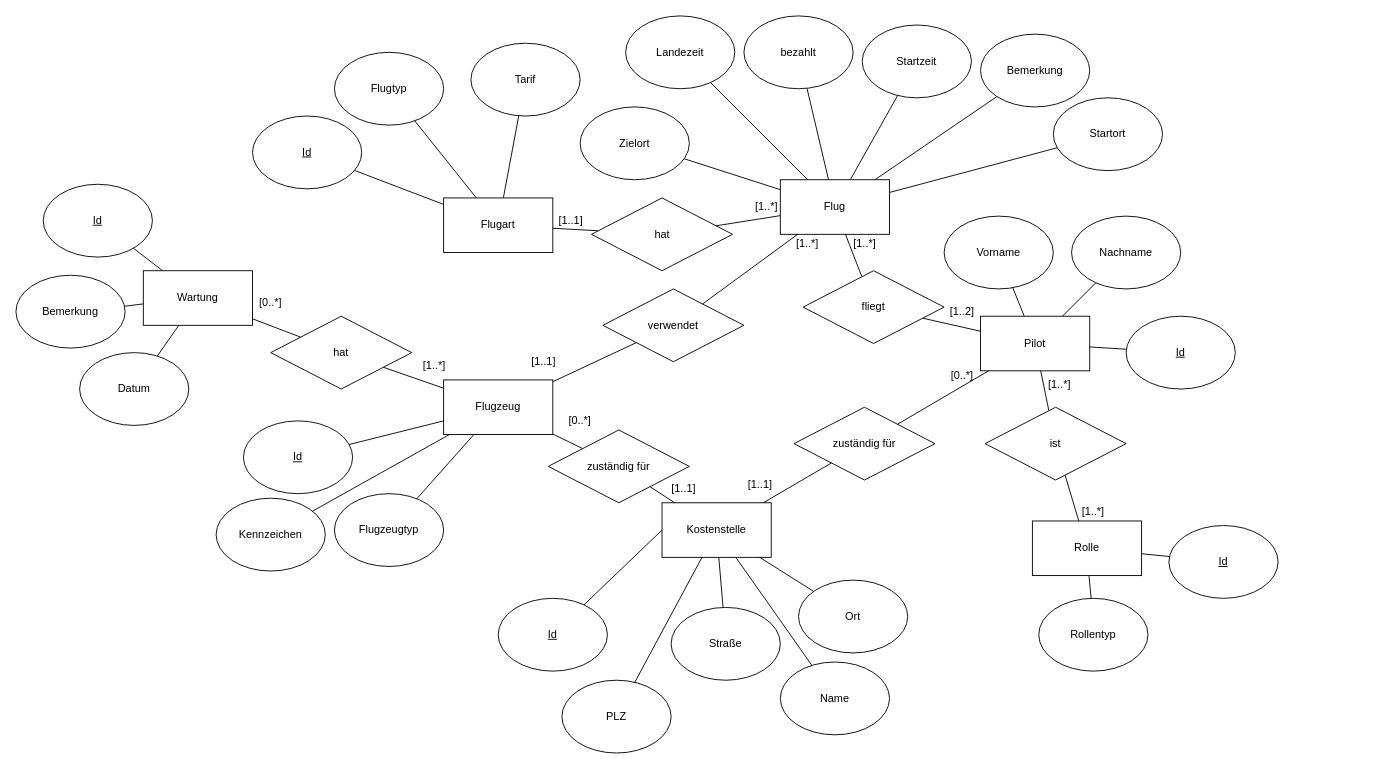
Earlier version of the draw.io diagram Drawio/ER_Model_Flugplatz.drawio (HalbmayrJulian/Digitales-Flugplatzmanagement). Source tidied: cells renumbered, new cells numbered last; positions are measured from the earlier drawing's top-left corner, leaving out a move shared by most shapes. Both pictures are drawn from the tidied source at 91%, with x=0, y=0 at pixel (15, 15).
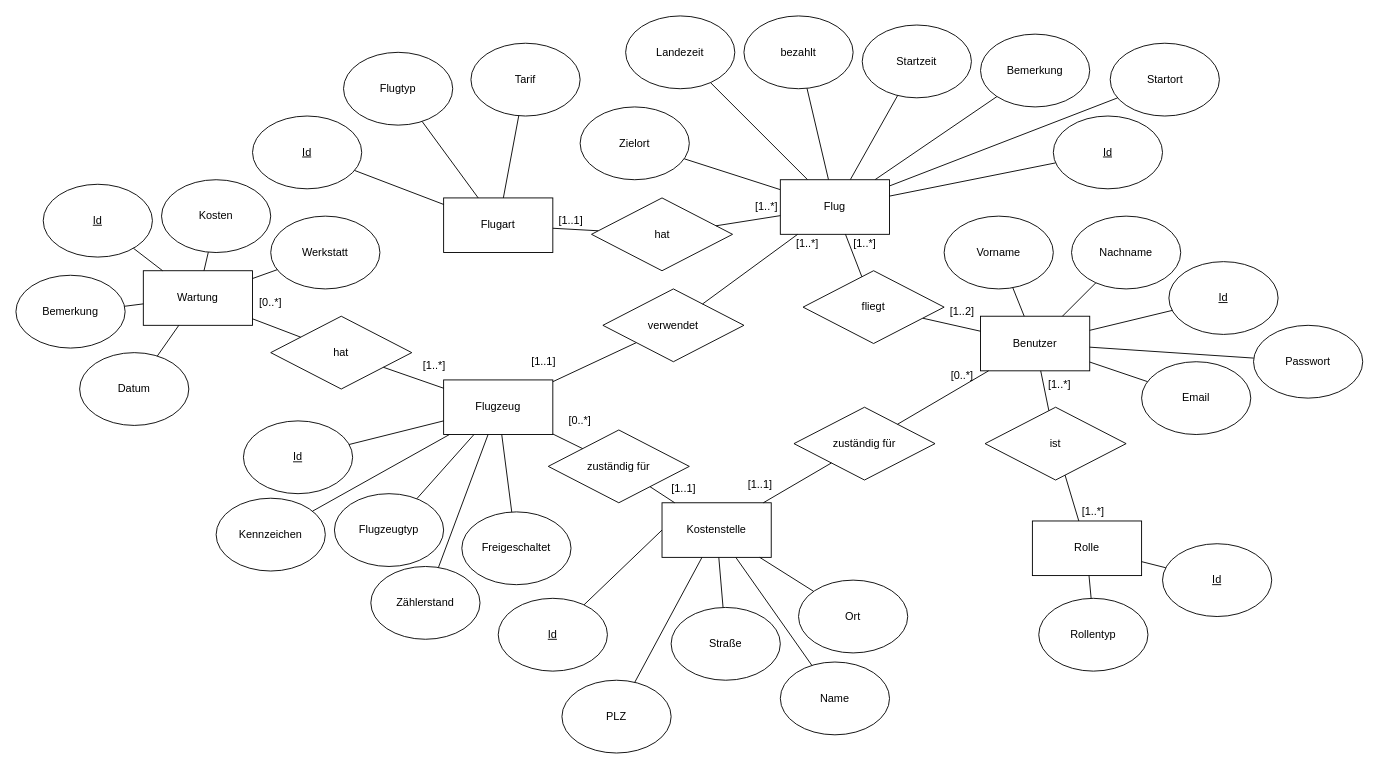
Above is the later version.

Commit message:
ER Model Drawio überarbeitet

03.07.2025 - Gabriel Deiac

Unchanged cells that the change refers to:
```xml
<mxCell id="7" value="Flugzeug" style="rounded=0;whiteSpace=wrap;html=1;" parent="1" vertex="1">
  <mxGeometry x="470" y="400" width="120" height="60" as="geometry" />
</mxCell>
<mxCell id="71" value="Wartung" style="rounded=0;whiteSpace=wrap;html=1;" parent="1" vertex="1">
  <mxGeometry x="140" y="280" width="120" height="60" as="geometry" />
</mxCell>
<mxCell id="72" value="Flug" style="rounded=0;whiteSpace=wrap;html=1;" parent="1" vertex="1">
  <mxGeometry x="840" y="180" width="120" height="60" as="geometry" />
</mxCell>
```

The edit, as a diff of the source:
```diff
@@
     <mxCell id="2" value="Flugtyp" style="ellipse;whiteSpace=wrap;html=1;" parent="1" vertex="1">
-      <mxGeometry x="350" y="40" width="120" height="80" as="geometry" />
+      <mxGeometry x="360" y="40" width="120" height="80" as="geometry" />
     </mxCell>
@@
-    <mxCell id="25" value="Pilot" style="rounded=0;whiteSpace=wrap;html=1;" parent="1" vertex="1">
+    <mxCell id="25" value="Benutzer" style="rounded=0;whiteSpace=wrap;html=1;" parent="1" vertex="1">
       <mxGeometry x="1060" y="330" width="120" height="60" as="geometry" />
     </mxCell>
     <mxCell id="26" value="Id" style="ellipse;whiteSpace=wrap;html=1;fontStyle=4;" parent="1" vertex="1">
-      <mxGeometry x="1220" y="330" width="120" height="80" as="geometry" />
+      <mxGeometry x="1267" y="270" width="120" height="80" as="geometry" />
     </mxCell>
@@
     <mxCell id="53" value="Startort" style="ellipse;whiteSpace=wrap;html=1;" parent="1" vertex="1">
-      <mxGeometry x="1140" y="90" width="120" height="80" as="geometry" />
+      <mxGeometry x="1202.5" y="30" width="120" height="80" as="geometry" />
     </mxCell>
@@
     <mxCell id="58" value="Id" style="ellipse;whiteSpace=wrap;html=1;fontStyle=4;" parent="1" vertex="1">
-      <mxGeometry x="1267" y="560" width="120" height="80" as="geometry" />
+      <mxGeometry x="1260" y="580" width="120" height="80" as="geometry" />
     </mxCell>
@@
+    <mxCell id="94" value="Kosten" style="ellipse;whiteSpace=wrap;html=1;" parent="1" vertex="1">
+      <mxGeometry x="160" y="180" width="120" height="80" as="geometry" />
+    </mxCell>
+    <mxCell id="95" style="endArrow=none;html=1;rounded=0;" parent="1" edge="1" source="94" target="71">
+      <mxGeometry relative="1" as="geometry" />
+    </mxCell>
+    <mxCell id="96" value="Passwort" style="ellipse;whiteSpace=wrap;html=1;" parent="1" vertex="1">
+      <mxGeometry x="1360" y="340" width="120" height="80" as="geometry" />
+    </mxCell>
+    <mxCell id="97" style="endArrow=none;html=1;rounded=0;" parent="1" edge="1" source="25" target="96">
+      <mxGeometry relative="1" as="geometry" />
+    </mxCell>
+    <mxCell id="98" value="Email" style="ellipse;whiteSpace=wrap;html=1;" parent="1" vertex="1">
+      <mxGeometry x="1237" y="380" width="120" height="80" as="geometry" />
+    </mxCell>
+    <mxCell id="99" style="endArrow=none;html=1;rounded=0;" parent="1" edge="1" source="25" target="98">
+      <mxGeometry relative="1" as="geometry" />
+    </mxCell>
+    <mxCell id="100" value="Id" style="ellipse;whiteSpace=wrap;html=1;fontStyle=4;" parent="1" vertex="1">
+      <mxGeometry x="1140" y="110" width="120" height="80" as="geometry" />
+    </mxCell>
+    <mxCell id="101" style="endArrow=none;html=1;rounded=0;" parent="1" edge="1" source="100" target="72">
+      <mxGeometry relative="1" as="geometry" />
+    </mxCell>
+    <mxCell id="102" value="Zählerstand" style="ellipse;whiteSpace=wrap;html=1;" parent="1" vertex="1">
+      <mxGeometry x="390" y="605" width="120" height="80" as="geometry" />
+    </mxCell>
+    <mxCell id="103" style="endArrow=none;html=1;rounded=0;" parent="1" edge="1" source="102" target="7">
+      <mxGeometry relative="1" as="geometry" />
+    </mxCell>
+    <mxCell id="104" value="Freigeschaltet" style="ellipse;whiteSpace=wrap;html=1;" parent="1" vertex="1">
+      <mxGeometry x="490" y="545" width="120" height="80" as="geometry" />
+    </mxCell>
+    <mxCell id="105" style="endArrow=none;html=1;rounded=0;" parent="1" edge="1" source="7" target="104">
+      <mxGeometry relative="1" as="geometry" />
+    </mxCell>
+    <mxCell id="106" value="Werkstatt" style="ellipse;whiteSpace=wrap;html=1;" parent="1" vertex="1">
+      <mxGeometry x="280" y="220" width="120" height="80" as="geometry" />
+    </mxCell>
+    <mxCell id="107" style="endArrow=none;html=1;rounded=0;" parent="1" edge="1" source="71" target="106">
+      <mxGeometry relative="1" as="geometry" />
+    </mxCell>
```
